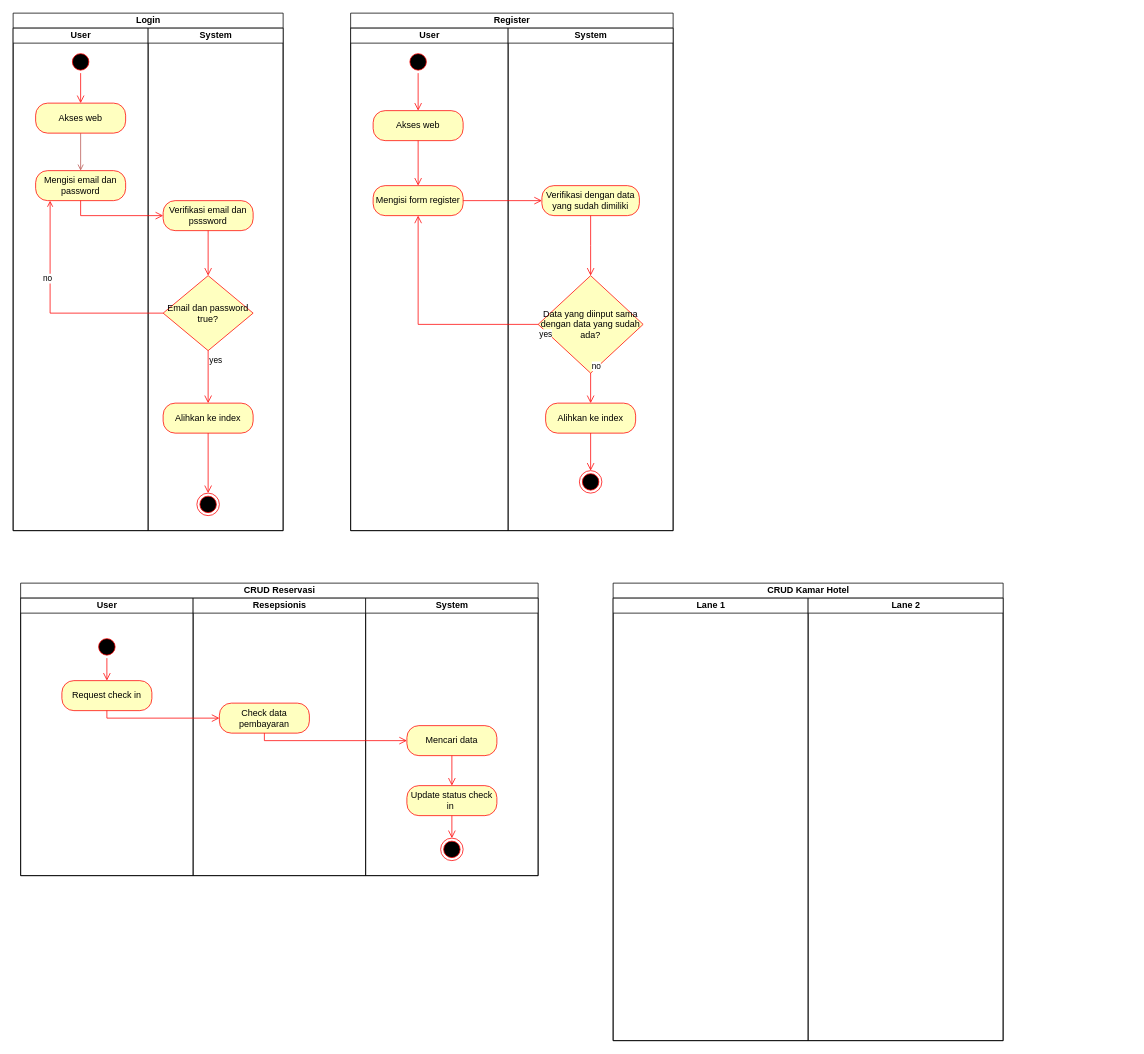
This is Activity diagram UKK.drawio from raskolnikov64/diagram-ukk, a draw.io file, before an edit. Source tidied: cells renumbered, new cells numbered last; positions are measured from the earlier drawing's top-left corner, leaving out a move shared by most shapes. Both pictures are drawn from the tidied source at 75%, with x=0, y=0 at pixel (13, 13).
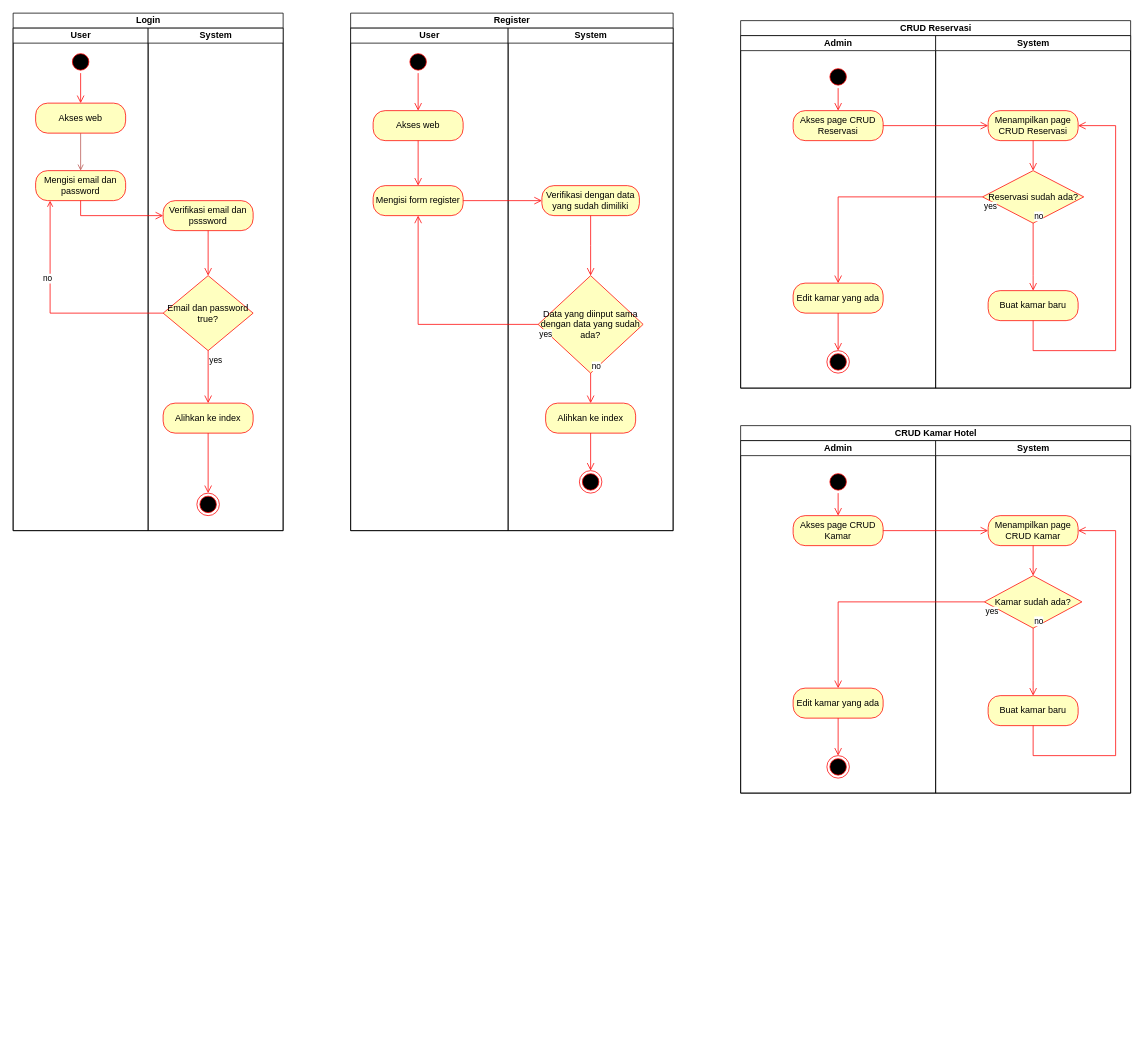
After the change.

The edit, as a diff of the source:
```diff
@@
-    <mxCell id="37" value="CRUD Reservasi" style="swimlane;startSize=20;html=1;" parent="1" vertex="1">
-      <mxGeometry x="10" y="760" width="690" height="390" as="geometry" />
-    </mxCell>
-    <mxCell id="38" value="User" style="swimlane;startSize=20;html=1;" parent="37" vertex="1">
-      <mxGeometry y="20" width="230" height="370" as="geometry" />
-    </mxCell>
-    <mxCell id="39" style="ellipse;html=1;shape=startState;fillColor=#000000;strokeColor=#ff0000;" parent="38" vertex="1">
-      <mxGeometry x="100" y="50" width="30" height="30" as="geometry" />
-    </mxCell>
-    <mxCell id="40" style="edgeStyle=orthogonalEdgeStyle;html=1;verticalAlign=bottom;endArrow=open;endSize=8;strokeColor=#ff0000;rounded=0;entryX=0.5;entryY=0;entryDx=0;entryDy=0;" parent="38" edge="1" source="39" target="41">
-      <mxGeometry relative="1" as="geometry" />
-    </mxCell>
-    <mxCell id="41" value="Request check in" style="rounded=1;whiteSpace=wrap;html=1;arcSize=40;fontColor=#000000;fillColor=#ffffc0;strokeColor=#ff0000;" parent="38" vertex="1">
-      <mxGeometry x="55" y="110" width="120" height="40" as="geometry" />
-    </mxCell>
-    <mxCell id="42" value="Resepsionis" style="swimlane;startSize=20;html=1;" parent="37" vertex="1">
-      <mxGeometry x="230" y="20" width="230" height="370" as="geometry" />
-    </mxCell>
-    <mxCell id="43" value="Check data pembayaran" style="rounded=1;whiteSpace=wrap;html=1;arcSize=40;fontColor=#000000;fillColor=#ffffc0;strokeColor=#ff0000;" parent="42" vertex="1">
-      <mxGeometry x="35" y="140" width="120" height="40" as="geometry" />
-    </mxCell>
-    <mxCell id="44" value="System" style="swimlane;startSize=20;html=1;" parent="37" vertex="1">
-      <mxGeometry x="460" y="20" width="230" height="370" as="geometry" />
-    </mxCell>
-    <mxCell id="45" value="Update status check in&amp;nbsp;" style="rounded=1;whiteSpace=wrap;html=1;arcSize=40;fontColor=#000000;fillColor=#ffffc0;strokeColor=#ff0000;" parent="44" vertex="1">
-      <mxGeometry x="55" y="250" width="120" height="40" as="geometry" />
-    </mxCell>
-    <mxCell id="46" style="edgeStyle=orthogonalEdgeStyle;html=1;verticalAlign=bottom;endArrow=open;endSize=8;strokeColor=#ff0000;rounded=0;" parent="44" edge="1" source="45" target="47">
-      <mxGeometry relative="1" as="geometry" />
-    </mxCell>
-    <mxCell id="47" style="ellipse;html=1;shape=endState;fillColor=#000000;strokeColor=#ff0000;" parent="44" vertex="1">
-      <mxGeometry x="100" y="320" width="30" height="30" as="geometry" />
-    </mxCell>
-    <mxCell id="48" value="Mencari data" style="rounded=1;whiteSpace=wrap;html=1;arcSize=40;fontColor=#000000;fillColor=#ffffc0;strokeColor=#ff0000;" parent="44" vertex="1">
-      <mxGeometry x="55" y="170" width="120" height="40" as="geometry" />
-    </mxCell>
-    <mxCell id="49" style="edgeStyle=orthogonalEdgeStyle;html=1;verticalAlign=bottom;endArrow=open;endSize=8;strokeColor=#ff0000;rounded=0;entryX=0.5;entryY=0;entryDx=0;entryDy=0;" parent="44" edge="1" source="48" target="45">
-      <mxGeometry relative="1" as="geometry" />
-    </mxCell>
-    <mxCell id="50" style="edgeStyle=orthogonalEdgeStyle;html=1;verticalAlign=bottom;endArrow=open;endSize=8;strokeColor=#ff0000;rounded=0;entryX=0;entryY=0.5;entryDx=0;entryDy=0;" parent="37" edge="1" source="41" target="43">
-      <mxGeometry relative="1" as="geometry">
-        <Array as="points">
-          <mxPoint x="115" y="180" />
-        </Array>
-      </mxGeometry>
-    </mxCell>
-    <mxCell id="51" style="edgeStyle=orthogonalEdgeStyle;html=1;verticalAlign=bottom;endArrow=open;endSize=8;strokeColor=#ff0000;rounded=0;entryX=0;entryY=0.5;entryDx=0;entryDy=0;" parent="37" edge="1" source="43" target="48">
-      <mxGeometry relative="1" as="geometry">
-        <Array as="points">
-          <mxPoint x="325" y="210" />
-        </Array>
-      </mxGeometry>
-    </mxCell>
     <mxCell id="52" value="CRUD Kamar Hotel" style="swimlane;startSize=20;html=1;" parent="1" vertex="1">
-      <mxGeometry x="800" y="760" width="520" height="610" as="geometry" />
+      <mxGeometry x="970" y="550" width="520" height="490" as="geometry" />
     </mxCell>
-    <mxCell id="53" value="Lane 1" style="swimlane;startSize=20;html=1;" parent="52" vertex="1">
-      <mxGeometry y="20" width="260" height="590" as="geometry" />
+    <mxCell id="53" value="Admin" style="swimlane;startSize=20;html=1;" parent="52" vertex="1">
+      <mxGeometry y="20" width="260" height="470" as="geometry" />
     </mxCell>
+    <mxCell id="55" style="ellipse;html=1;shape=startState;fillColor=#000000;strokeColor=#ff0000;" parent="53" vertex="1">
+      <mxGeometry x="115" y="40" width="30" height="30" as="geometry" />
+    </mxCell>
+    <mxCell id="56" style="edgeStyle=orthogonalEdgeStyle;html=1;verticalAlign=bottom;endArrow=open;endSize=8;strokeColor=#ff0000;rounded=0;entryX=0.5;entryY=0;entryDx=0;entryDy=0;" parent="53" edge="1" source="55" target="57">
+      <mxGeometry relative="1" as="geometry" />
+    </mxCell>
+    <mxCell id="57" value="Akses page CRUD Kamar" style="rounded=1;whiteSpace=wrap;html=1;arcSize=40;fontColor=#000000;fillColor=#ffffc0;strokeColor=#ff0000;" parent="53" vertex="1">
+      <mxGeometry x="70" y="100" width="120" height="40" as="geometry" />
+    </mxCell>
+    <mxCell id="58" value="Edit kamar yang ada" style="rounded=1;whiteSpace=wrap;html=1;arcSize=40;fontColor=#000000;fillColor=#ffffc0;strokeColor=#ff0000;" parent="53" vertex="1">
+      <mxGeometry x="70" y="330" width="120" height="40" as="geometry" />
+    </mxCell>
+    <mxCell id="59" style="edgeStyle=orthogonalEdgeStyle;html=1;verticalAlign=bottom;endArrow=open;endSize=8;strokeColor=#ff0000;rounded=0;entryX=0.5;entryY=0;entryDx=0;entryDy=0;" parent="53" edge="1" source="58" target="60">
+      <mxGeometry relative="1" as="geometry" />
+    </mxCell>
+    <mxCell id="60" style="ellipse;html=1;shape=endState;fillColor=#000000;strokeColor=#ff0000;" parent="53" vertex="1">
+      <mxGeometry x="115" y="420" width="30" height="30" as="geometry" />
+    </mxCell>
-    <mxCell id="54" value="Lane 2" style="swimlane;startSize=20;html=1;" parent="52" vertex="1">
-      <mxGeometry x="260" y="20" width="260" height="590" as="geometry" />
+    <mxCell id="54" value="System" style="swimlane;startSize=20;html=1;" parent="52" vertex="1">
+      <mxGeometry x="260" y="20" width="260" height="470" as="geometry" />
     </mxCell>
+    <mxCell id="61" value="Menampilkan page CRUD Kamar" style="rounded=1;whiteSpace=wrap;html=1;arcSize=40;fontColor=#000000;fillColor=#ffffc0;strokeColor=#ff0000;" parent="54" vertex="1">
+      <mxGeometry x="70" y="100" width="120" height="40" as="geometry" />
+    </mxCell>
+    <mxCell id="62" style="edgeStyle=orthogonalEdgeStyle;html=1;verticalAlign=bottom;endArrow=open;endSize=8;strokeColor=#ff0000;rounded=0;" parent="54" edge="1" source="61" target="63">
+      <mxGeometry relative="1" as="geometry" />
+    </mxCell>
+    <mxCell id="63" value="Kamar sudah ada?" style="rhombus;whiteSpace=wrap;html=1;fillColor=#ffffc0;strokeColor=#ff0000;" parent="54" vertex="1">
+      <mxGeometry x="65" y="180" width="130" height="70" as="geometry" />
+    </mxCell>
+    <mxCell id="64" value="no" style="edgeStyle=orthogonalEdgeStyle;html=1;align=left;verticalAlign=bottom;endArrow=open;endSize=8;strokeColor=#ff0000;rounded=0;exitX=0.5;exitY=1;exitDx=0;exitDy=0;" parent="54" edge="1" source="63" target="65">
+      <mxGeometry x="-1" relative="1" as="geometry">
+        <Array as="points">
+          <mxPoint x="130" y="320" />
+          <mxPoint x="130" y="320" />
+        </Array>
+      </mxGeometry>
+    </mxCell>
+    <mxCell id="65" value="Buat kamar baru" style="rounded=1;whiteSpace=wrap;html=1;arcSize=40;fontColor=#000000;fillColor=#ffffc0;strokeColor=#ff0000;" parent="54" vertex="1">
+      <mxGeometry x="70" y="340" width="120" height="40" as="geometry" />
+    </mxCell>
+    <mxCell id="66" style="edgeStyle=orthogonalEdgeStyle;html=1;verticalAlign=bottom;endArrow=open;endSize=8;strokeColor=#ff0000;rounded=0;entryX=1;entryY=0.5;entryDx=0;entryDy=0;" parent="54" edge="1" source="65" target="61">
+      <mxGeometry relative="1" as="geometry">
+        <Array as="points">
+          <mxPoint x="130" y="420" />
+          <mxPoint x="240" y="420" />
+          <mxPoint x="240" y="120" />
+        </Array>
+      </mxGeometry>
+    </mxCell>
+    <mxCell id="67" style="edgeStyle=orthogonalEdgeStyle;html=1;verticalAlign=bottom;endArrow=open;endSize=8;strokeColor=#ff0000;rounded=0;exitX=1;exitY=0.5;exitDx=0;exitDy=0;entryX=0;entryY=0.5;entryDx=0;entryDy=0;" parent="52" edge="1" source="57" target="61">
+      <mxGeometry relative="1" as="geometry" />
+    </mxCell>
+    <mxCell id="68" value="yes" style="edgeStyle=orthogonalEdgeStyle;html=1;align=left;verticalAlign=top;endArrow=open;endSize=8;strokeColor=#ff0000;rounded=0;exitX=0;exitY=0.5;exitDx=0;exitDy=0;entryX=0.5;entryY=0;entryDx=0;entryDy=0;" parent="52" edge="1" source="63" target="58">
+      <mxGeometry x="-1" relative="1" as="geometry">
+        <Array as="points">
+          <mxPoint x="130" y="235" />
+        </Array>
+      </mxGeometry>
+    </mxCell>
+    <mxCell id="37" value="CRUD Reservasi" style="swimlane;startSize=20;html=1;" parent="1" vertex="1">
+      <mxGeometry x="970" y="10" width="520" height="490" as="geometry" />
+    </mxCell>
+    <mxCell id="69" value="Admin" style="swimlane;startSize=20;html=1;" parent="37" vertex="1">
+      <mxGeometry y="20" width="260" height="470" as="geometry" />
+    </mxCell>
+    <mxCell id="70" style="ellipse;html=1;shape=startState;fillColor=#000000;strokeColor=#ff0000;" parent="69" vertex="1">
+      <mxGeometry x="115" y="40" width="30" height="30" as="geometry" />
+    </mxCell>
+    <mxCell id="71" style="edgeStyle=orthogonalEdgeStyle;html=1;verticalAlign=bottom;endArrow=open;endSize=8;strokeColor=#ff0000;rounded=0;entryX=0.5;entryY=0;entryDx=0;entryDy=0;" parent="69" edge="1" source="70" target="72">
+      <mxGeometry relative="1" as="geometry" />
+    </mxCell>
+    <mxCell id="72" value="Akses page CRUD Reservasi" style="rounded=1;whiteSpace=wrap;html=1;arcSize=40;fontColor=#000000;fillColor=#ffffc0;strokeColor=#ff0000;" parent="69" vertex="1">
+      <mxGeometry x="70" y="100" width="120" height="40" as="geometry" />
+    </mxCell>
+    <mxCell id="73" value="Edit kamar yang ada" style="rounded=1;whiteSpace=wrap;html=1;arcSize=40;fontColor=#000000;fillColor=#ffffc0;strokeColor=#ff0000;" parent="69" vertex="1">
+      <mxGeometry x="70" y="330" width="120" height="40" as="geometry" />
+    </mxCell>
+    <mxCell id="74" style="edgeStyle=orthogonalEdgeStyle;html=1;verticalAlign=bottom;endArrow=open;endSize=8;strokeColor=#ff0000;rounded=0;entryX=0.5;entryY=0;entryDx=0;entryDy=0;" parent="69" edge="1" source="73" target="75">
+      <mxGeometry relative="1" as="geometry" />
+    </mxCell>
+    <mxCell id="75" style="ellipse;html=1;shape=endState;fillColor=#000000;strokeColor=#ff0000;" parent="69" vertex="1">
+      <mxGeometry x="115" y="420" width="30" height="30" as="geometry" />
+    </mxCell>
+    <mxCell id="44" value="System" style="swimlane;startSize=20;html=1;" parent="37" vertex="1">
+      <mxGeometry x="260" y="20" width="260" height="470" as="geometry" />
+    </mxCell>
+    <mxCell id="76" value="Menampilkan page CRUD Reservasi" style="rounded=1;whiteSpace=wrap;html=1;arcSize=40;fontColor=#000000;fillColor=#ffffc0;strokeColor=#ff0000;" parent="44" vertex="1">
+      <mxGeometry x="70" y="100" width="120" height="40" as="geometry" />
+    </mxCell>
+    <mxCell id="77" style="edgeStyle=orthogonalEdgeStyle;html=1;verticalAlign=bottom;endArrow=open;endSize=8;strokeColor=#ff0000;rounded=0;" parent="44" edge="1" source="76" target="78">
+      <mxGeometry relative="1" as="geometry" />
+    </mxCell>
+    <mxCell id="78" value="Reservasi sudah ada?" style="rhombus;whiteSpace=wrap;html=1;fillColor=#ffffc0;strokeColor=#ff0000;" parent="44" vertex="1">
+      <mxGeometry x="62.5" y="180" width="135" height="70" as="geometry" />
+    </mxCell>
+    <mxCell id="79" value="no" style="edgeStyle=orthogonalEdgeStyle;html=1;align=left;verticalAlign=bottom;endArrow=open;endSize=8;strokeColor=#ff0000;rounded=0;exitX=0.5;exitY=1;exitDx=0;exitDy=0;" parent="44" edge="1" source="78" target="80">
+      <mxGeometry x="-1" relative="1" as="geometry">
+        <Array as="points">
+          <mxPoint x="130" y="320" />
+          <mxPoint x="130" y="320" />
+        </Array>
+      </mxGeometry>
+    </mxCell>
+    <mxCell id="80" value="Buat kamar baru" style="rounded=1;whiteSpace=wrap;html=1;arcSize=40;fontColor=#000000;fillColor=#ffffc0;strokeColor=#ff0000;" parent="44" vertex="1">
+      <mxGeometry x="70" y="340" width="120" height="40" as="geometry" />
+    </mxCell>
+    <mxCell id="81" style="edgeStyle=orthogonalEdgeStyle;html=1;verticalAlign=bottom;endArrow=open;endSize=8;strokeColor=#ff0000;rounded=0;entryX=1;entryY=0.5;entryDx=0;entryDy=0;" parent="44" edge="1" source="80" target="76">
+      <mxGeometry relative="1" as="geometry">
+        <Array as="points">
+          <mxPoint x="130" y="420" />
+          <mxPoint x="240" y="420" />
+          <mxPoint x="240" y="120" />
+        </Array>
+      </mxGeometry>
+    </mxCell>
+    <mxCell id="82" style="edgeStyle=orthogonalEdgeStyle;html=1;verticalAlign=bottom;endArrow=open;endSize=8;strokeColor=#ff0000;rounded=0;exitX=1;exitY=0.5;exitDx=0;exitDy=0;entryX=0;entryY=0.5;entryDx=0;entryDy=0;" parent="37" edge="1" source="72" target="76">
+      <mxGeometry relative="1" as="geometry" />
+    </mxCell>
+    <mxCell id="83" value="yes" style="edgeStyle=orthogonalEdgeStyle;html=1;align=left;verticalAlign=top;endArrow=open;endSize=8;strokeColor=#ff0000;rounded=0;exitX=0;exitY=0.5;exitDx=0;exitDy=0;entryX=0.5;entryY=0;entryDx=0;entryDy=0;" parent="37" edge="1" source="78" target="73">
+      <mxGeometry x="-1" relative="1" as="geometry">
+        <Array as="points">
+          <mxPoint x="130" y="235" />
+        </Array>
+      </mxGeometry>
+    </mxCell>
```
